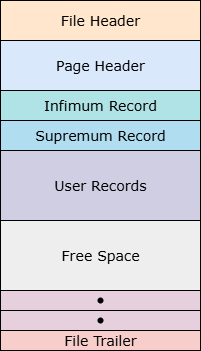
guxdong/imgrepo keeps this draw.io diagram as mysql/InnoDB索引页记录分组过程drawio.png. Above is the earlier version. Source tidied: cells renumbered, new cells last; positions are measured from the earlier drawing's top-left corner, leaving out a move shared by most shapes.
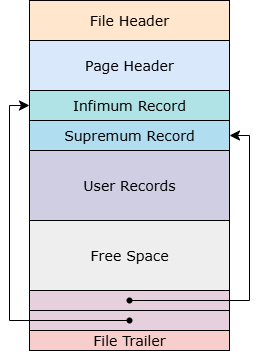
After the change.

Commit message:
更新InnoDB索引页记录分组过程drawio.png

Change to the diagram source:
```diff
@@ -41,5 +41,19 @@
     <mxCell id="14" style="shape=waypoint;sketch=0;fillStyle=solid;size=6;points=[];fillColor=none;perimeter=centerPerimeter;snapToPoint=1;" parent="12" vertex="1">
       <mxGeometry x="90" width="20" height="20" as="geometry" />
     </mxCell>
+    <mxCell id="15" style="edgeStyle=elbowEdgeStyle;elbow=vertical;endArrow=classic;html=1;curved=0;rounded=0;endSize=8;startSize=8;entryX=1;entryY=0.5;entryDx=0;entryDy=0;" parent="1" edge="1" source="11" target="5">
+      <mxGeometry relative="1" as="geometry">
+        <Array as="points">
+          <mxPoint x="220" y="220" />
+        </Array>
+      </mxGeometry>
+    </mxCell>
+    <mxCell id="16" style="edgeStyle=elbowEdgeStyle;elbow=vertical;endArrow=classic;html=1;curved=0;rounded=0;endSize=8;startSize=8;entryX=0;entryY=0.5;entryDx=0;entryDy=0;" parent="1" edge="1" source="14" target="4">
+      <mxGeometry relative="1" as="geometry">
+        <Array as="points">
+          <mxPoint x="-20" y="320" />
+        </Array>
+      </mxGeometry>
+    </mxCell>
   </root>
 </mxGraphModel>
```
